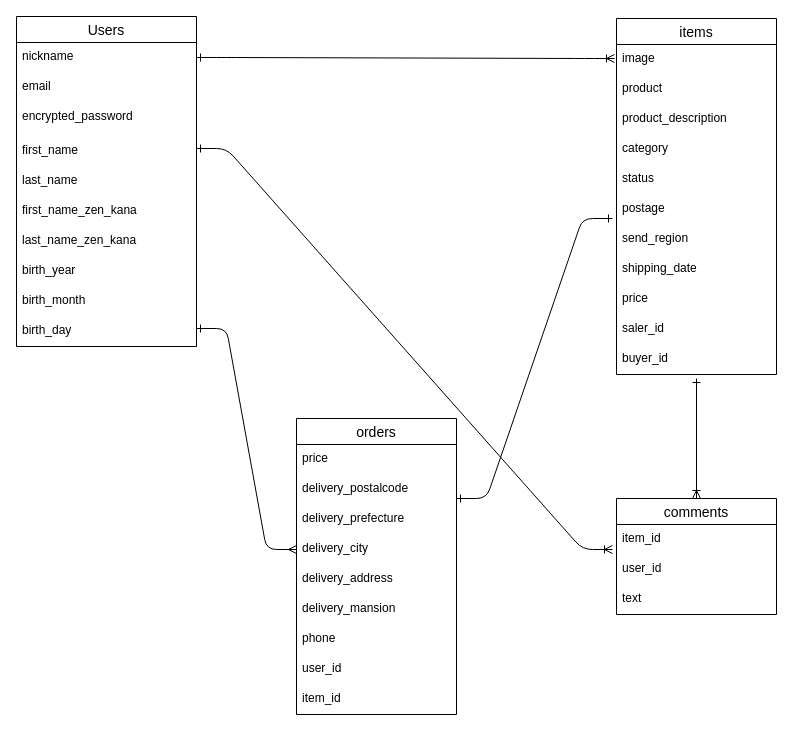
The draw.io diagram furima_ER.dio in testarossa0214/furima-35903, before the edit. Source tidied: cells renumbered, new cells numbered last; positions are measured from the earlier drawing's top-left corner, leaving out a move shared by most shapes. Both pictures are drawn from the tidied source at 100%, with x=0, y=0 at pixel (16, 16).
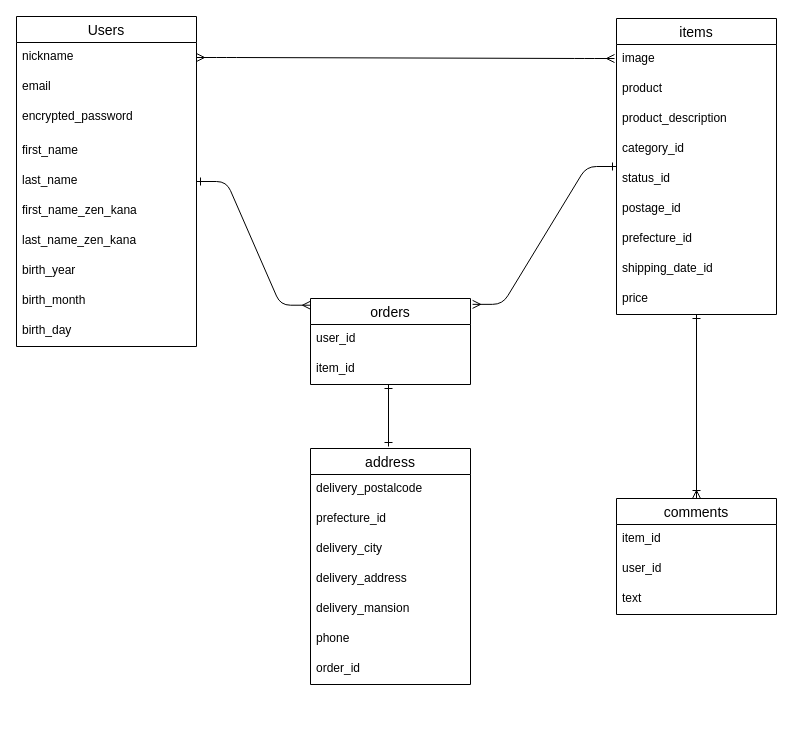
Above is the later version.

Commit message (it also covers changes not shown here):
ER図、README修正1

The change refers to these unchanged cells:
```xml
<mxCell id="2" value="Users" style="swimlane;fontStyle=0;horizontal=1;startSize=26;align=center;fontSize=14;" parent="1" vertex="1">
  <mxGeometry width="180" height="330" as="geometry" />
</mxCell>
<mxCell id="3" value="nickname" style="text;strokeColor=none;fillColor=none;spacingLeft=4;spacingRight=4;overflow=hidden;points=[[0,0.5],[1,0.5]];portConstraint=eastwest;fontSize=12;" parent="2" vertex="1">
  <mxGeometry y="26" width="180" height="30" as="geometry" />
</mxCell>
<mxCell id="36" value="comments" style="swimlane;fontStyle=0;horizontal=1;startSize=26;align=center;fontSize=14;" parent="1" vertex="1">
  <mxGeometry x="600" y="482" width="160" height="116" as="geometry" />
</mxCell>
<mxCell id="37" value="item_id" style="text;strokeColor=none;fillColor=none;spacingLeft=4;spacingRight=4;overflow=hidden;points=[[0,0.5],[1,0.5]];portConstraint=eastwest;fontSize=12;" parent="36" vertex="1">
  <mxGeometry y="26" width="160" height="30" as="geometry" />
</mxCell>
```

Change to the diagram source:
```diff
@@
     <mxCell id="13" value="items" style="swimlane;fontStyle=0;horizontal=1;startSize=26;align=center;fontSize=14;" parent="1" vertex="1">
-      <mxGeometry x="600" y="2" width="160" height="356" as="geometry" />
+      <mxGeometry x="600" y="2" width="160" height="296" as="geometry" />
     </mxCell>
@@
-    <mxCell id="17" value="category" style="text;strokeColor=none;fillColor=none;spacingLeft=4;spacingRight=4;overflow=hidden;fontSize=12;" parent="13" vertex="1">
+    <mxCell id="17" value="category_id" style="text;strokeColor=none;fillColor=none;spacingLeft=4;spacingRight=4;overflow=hidden;fontSize=12;" parent="13" vertex="1">
       <mxGeometry y="116" width="160" height="30" as="geometry" />
     </mxCell>
-    <mxCell id="18" value="status" style="text;strokeColor=none;fillColor=none;spacingLeft=4;spacingRight=4;overflow=hidden;fontSize=12;" parent="13" vertex="1">
+    <mxCell id="18" value="status_id" style="text;strokeColor=none;fillColor=none;spacingLeft=4;spacingRight=4;overflow=hidden;fontSize=12;" parent="13" vertex="1">
       <mxGeometry y="146" width="160" height="30" as="geometry" />
     </mxCell>
-    <mxCell id="19" value="postage" style="text;strokeColor=none;fillColor=none;spacingLeft=4;spacingRight=4;overflow=hidden;points=[[0,0.5],[1,0.5]];portConstraint=eastwest;fontSize=12;" parent="13" vertex="1">
+    <mxCell id="19" value="postage_id" style="text;strokeColor=none;fillColor=none;spacingLeft=4;spacingRight=4;overflow=hidden;points=[[0,0.5],[1,0.5]];portConstraint=eastwest;fontSize=12;" parent="13" vertex="1">
       <mxGeometry y="176" width="160" height="30" as="geometry" />
     </mxCell>
-    <mxCell id="20" value="send_region" style="text;strokeColor=none;fillColor=none;spacingLeft=4;spacingRight=4;overflow=hidden;fontSize=12;" parent="13" vertex="1">
+    <mxCell id="20" value="prefecture_id" style="text;strokeColor=none;fillColor=none;spacingLeft=4;spacingRight=4;overflow=hidden;fontSize=12;" parent="13" vertex="1">
       <mxGeometry y="206" width="160" height="30" as="geometry" />
     </mxCell>
-    <mxCell id="21" value="shipping_date" style="text;strokeColor=none;fillColor=none;spacingLeft=4;spacingRight=4;overflow=hidden;fontSize=12;" parent="13" vertex="1">
+    <mxCell id="21" value="shipping_date_id" style="text;strokeColor=none;fillColor=none;spacingLeft=4;spacingRight=4;overflow=hidden;fontSize=12;" parent="13" vertex="1">
       <mxGeometry y="236" width="160" height="30" as="geometry" />
     </mxCell>
@@
-    <mxCell id="23" value="saler_id" style="text;strokeColor=none;fillColor=none;spacingLeft=4;spacingRight=4;overflow=hidden;fontSize=12;" parent="13" vertex="1">
-      <mxGeometry y="296" width="160" height="30" as="geometry" />
-    </mxCell>
-    <mxCell id="24" value="buyer_id" style="text;strokeColor=none;fillColor=none;spacingLeft=4;spacingRight=4;overflow=hidden;fontSize=12;" parent="13" vertex="1">
-      <mxGeometry y="326" width="160" height="30" as="geometry" />
-    </mxCell>
     <mxCell id="25" value="orders" style="swimlane;fontStyle=0;horizontal=1;startSize=26;align=center;fontSize=14;" parent="1" vertex="1">
-      <mxGeometry x="280" y="402" width="160" height="296" as="geometry" />
+      <mxGeometry x="294" y="282" width="160" height="86" as="geometry" />
     </mxCell>
-    <mxCell id="26" value="price" style="text;strokeColor=none;fillColor=none;spacingLeft=4;spacingRight=4;overflow=hidden;fontSize=12;" parent="25" vertex="1">
-      <mxGeometry y="26" width="160" height="30" as="geometry" />
-    </mxCell>
-    <mxCell id="27" value="delivery_postalcode" style="text;strokeColor=none;fillColor=none;spacingLeft=4;spacingRight=4;overflow=hidden;fontSize=12;" parent="25" vertex="1">
-      <mxGeometry y="56" width="160" height="30" as="geometry" />
-    </mxCell>
-    <mxCell id="28" value="delivery_prefecture" style="text;strokeColor=none;fillColor=none;spacingLeft=4;spacingRight=4;overflow=hidden;fontSize=12;" parent="25" vertex="1">
-      <mxGeometry y="86" width="160" height="30" as="geometry" />
-    </mxCell>
-    <mxCell id="29" value="delivery_city" style="text;strokeColor=none;fillColor=none;spacingLeft=4;spacingRight=4;overflow=hidden;points=[[0,0.5],[1,0.5]];portConstraint=eastwest;fontSize=12;" parent="25" vertex="1">
-      <mxGeometry y="116" width="160" height="30" as="geometry" />
-    </mxCell>
-    <mxCell id="30" value="delivery_address" style="text;strokeColor=none;fillColor=none;spacingLeft=4;spacingRight=4;overflow=hidden;fontSize=12;" parent="25" vertex="1">
-      <mxGeometry y="146" width="160" height="30" as="geometry" />
-    </mxCell>
-    <mxCell id="31" value="delivery_mansion" style="text;strokeColor=none;fillColor=none;spacingLeft=4;spacingRight=4;overflow=hidden;fontSize=12;" parent="25" vertex="1">
-      <mxGeometry y="176" width="160" height="30" as="geometry" />
-    </mxCell>
-    <mxCell id="32" value="phone" style="text;strokeColor=none;fillColor=none;spacingLeft=4;spacingRight=4;overflow=hidden;fontSize=12;" parent="25" vertex="1">
-      <mxGeometry y="206" width="160" height="30" as="geometry" />
-    </mxCell>
     <mxCell id="33" value="user_id" style="text;strokeColor=none;fillColor=none;spacingLeft=4;spacingRight=4;overflow=hidden;fontSize=12;" parent="25" vertex="1">
-      <mxGeometry y="236" width="160" height="30" as="geometry" />
+      <mxGeometry y="26" width="160" height="30" as="geometry" />
     </mxCell>
     <mxCell id="34" value="item_id" style="text;strokeColor=none;fillColor=none;spacingLeft=4;spacingRight=4;overflow=hidden;fontSize=12;" parent="25" vertex="1">
-      <mxGeometry y="266" width="160" height="30" as="geometry" />
+      <mxGeometry y="56" width="160" height="30" as="geometry" />
     </mxCell>
-    <mxCell id="35" style="edgeStyle=entityRelationEdgeStyle;fontSize=12;html=1;endArrow=ERoneToMany;startArrow=ERone;strokeColor=#000000;exitX=1;exitY=0.5;exitDx=0;exitDy=0;startFill=0;" parent="1" edge="1" source="3">
+    <mxCell id="35" style="edgeStyle=entityRelationEdgeStyle;fontSize=12;html=1;endArrow=ERmany;startArrow=ERmany;strokeColor=#000000;exitX=1;exitY=0.5;exitDx=0;exitDy=0;startFill=0;endFill=0;" parent="1" edge="1" source="3">
       <mxGeometry relative="1" as="geometry">
         <mxPoint x="598" y="42" as="targetPoint" />
       </mxGeometry>
     </mxCell>
@@
-    <mxCell id="40" style="edgeStyle=entityRelationEdgeStyle;fontSize=12;html=1;endArrow=ERoneToMany;startArrow=ERone;strokeColor=#000000;entryX=-0.025;entryY=0.833;entryDx=0;entryDy=0;entryPerimeter=0;startFill=0;" parent="1" edge="1" target="37">
-      <mxGeometry relative="1" as="geometry">
-        <mxPoint x="180" y="132" as="sourcePoint" />
-      </mxGeometry>
-    </mxCell>
-    <mxCell id="41" style="fontSize=12;html=1;endArrow=ERoneToMany;startArrow=ERone;strokeColor=#000000;entryX=0.5;entryY=0;entryDx=0;entryDy=0;startFill=0;" parent="1" edge="1" target="36">
-      <mxGeometry relative="1" as="geometry">
-        <mxPoint x="680" y="362" as="sourcePoint" />
-      </mxGeometry>
+    <mxCell id="41" style="fontSize=12;html=1;endArrow=ERoneToMany;startArrow=ERone;strokeColor=#000000;entryX=0.5;entryY=0;entryDx=0;entryDy=0;startFill=0;" parent="1" edge="1" source="13" target="36">
+      <mxGeometry relative="1" as="geometry" />
     </mxCell>
-    <mxCell id="42" style="edgeStyle=entityRelationEdgeStyle;fontSize=12;html=1;endArrow=ERone;startArrow=ERone;strokeColor=#000000;entryX=-0.025;entryY=0.8;entryDx=0;entryDy=0;entryPerimeter=0;startFill=0;endFill=0;" parent="1" edge="1" target="19">
-      <mxGeometry relative="1" as="geometry">
-        <mxPoint x="440" y="482" as="sourcePoint" />
-      </mxGeometry>
+    <mxCell id="42" style="edgeStyle=entityRelationEdgeStyle;fontSize=12;html=1;endArrow=ERone;startArrow=ERmany;strokeColor=#000000;startFill=0;endFill=0;exitX=1.013;exitY=0.068;exitDx=0;exitDy=0;exitPerimeter=0;" parent="1" edge="1" source="25" target="13">
+      <mxGeometry relative="1" as="geometry" />
     </mxCell>
-    <mxCell id="43" style="edgeStyle=entityRelationEdgeStyle;fontSize=12;html=1;endArrow=ERmany;startArrow=ERone;strokeColor=#000000;entryX=0;entryY=0.5;entryDx=0;entryDy=0;startFill=0;endFill=0;" parent="1" edge="1" target="29">
-      <mxGeometry relative="1" as="geometry">
-        <mxPoint x="180" y="312" as="sourcePoint" />
-      </mxGeometry>
+    <mxCell id="43" style="edgeStyle=entityRelationEdgeStyle;fontSize=12;html=1;endArrow=ERmany;startArrow=ERone;strokeColor=#000000;startFill=0;endFill=0;entryX=0;entryY=0.078;entryDx=0;entryDy=0;entryPerimeter=0;" parent="1" edge="1" source="2" target="25">
+      <mxGeometry relative="1" as="geometry" />
     </mxCell>
+    <mxCell id="44" value="address" style="swimlane;fontStyle=0;horizontal=1;startSize=26;align=center;fontSize=14;" parent="1" vertex="1">
+      <mxGeometry x="294" y="432" width="160" height="236" as="geometry" />
+    </mxCell>
+    <mxCell id="27" value="delivery_postalcode" style="text;strokeColor=none;fillColor=none;spacingLeft=4;spacingRight=4;overflow=hidden;fontSize=12;" parent="44" vertex="1">
+      <mxGeometry y="26" width="160" height="30" as="geometry" />
+    </mxCell>
+    <mxCell id="28" value="prefecture_id" style="text;strokeColor=none;fillColor=none;spacingLeft=4;spacingRight=4;overflow=hidden;fontSize=12;" parent="44" vertex="1">
+      <mxGeometry y="56" width="160" height="30" as="geometry" />
+    </mxCell>
+    <mxCell id="29" value="delivery_city" style="text;strokeColor=none;fillColor=none;spacingLeft=4;spacingRight=4;overflow=hidden;points=[[0,0.5],[1,0.5]];portConstraint=eastwest;fontSize=12;" parent="44" vertex="1">
+      <mxGeometry y="86" width="160" height="30" as="geometry" />
+    </mxCell>
+    <mxCell id="30" value="delivery_address" style="text;strokeColor=none;fillColor=none;spacingLeft=4;spacingRight=4;overflow=hidden;fontSize=12;" parent="44" vertex="1">
+      <mxGeometry y="116" width="160" height="30" as="geometry" />
+    </mxCell>
+    <mxCell id="31" value="delivery_mansion" style="text;strokeColor=none;fillColor=none;spacingLeft=4;spacingRight=4;overflow=hidden;fontSize=12;" parent="44" vertex="1">
+      <mxGeometry y="146" width="160" height="30" as="geometry" />
+    </mxCell>
+    <mxCell id="32" value="phone" style="text;strokeColor=none;fillColor=none;spacingLeft=4;spacingRight=4;overflow=hidden;fontSize=12;" parent="44" vertex="1">
+      <mxGeometry y="176" width="160" height="30" as="geometry" />
+    </mxCell>
+    <mxCell id="26" value="order_id" style="text;strokeColor=none;fillColor=none;spacingLeft=4;spacingRight=4;overflow=hidden;fontSize=12;" parent="44" vertex="1">
+      <mxGeometry y="206" width="160" height="30" as="geometry" />
+    </mxCell>
+    <mxCell id="45" style="fontSize=12;html=1;endArrow=ERone;startArrow=ERone;startFill=0;endFill=0;" parent="1" edge="1">
+      <mxGeometry relative="1" as="geometry">
+        <mxPoint x="372" y="430" as="sourcePoint" />
+        <mxPoint x="372" y="368" as="targetPoint" />
+      </mxGeometry>
+    </mxCell>
```
